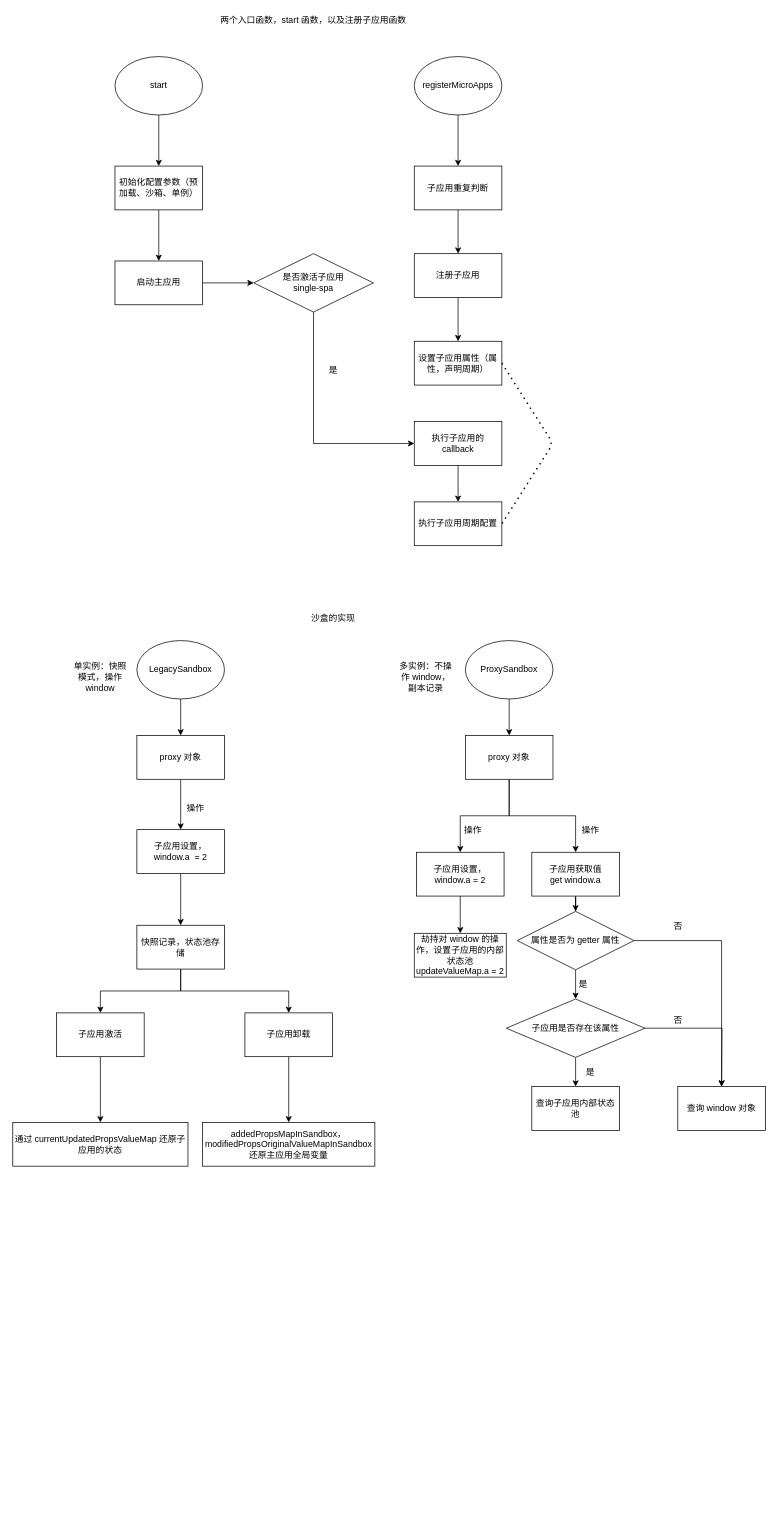
Before: qiankun.drawio in Rabbitzzc/image-hosting-service, a draw.io diagram. Source tidied: cells renumbered, new cells numbered last; positions are measured from the earlier drawing's top-left corner, leaving out a move shared by most shapes. Both pictures are drawn from the tidied source at 73%, with x=0, y=0 at pixel (12, 12).
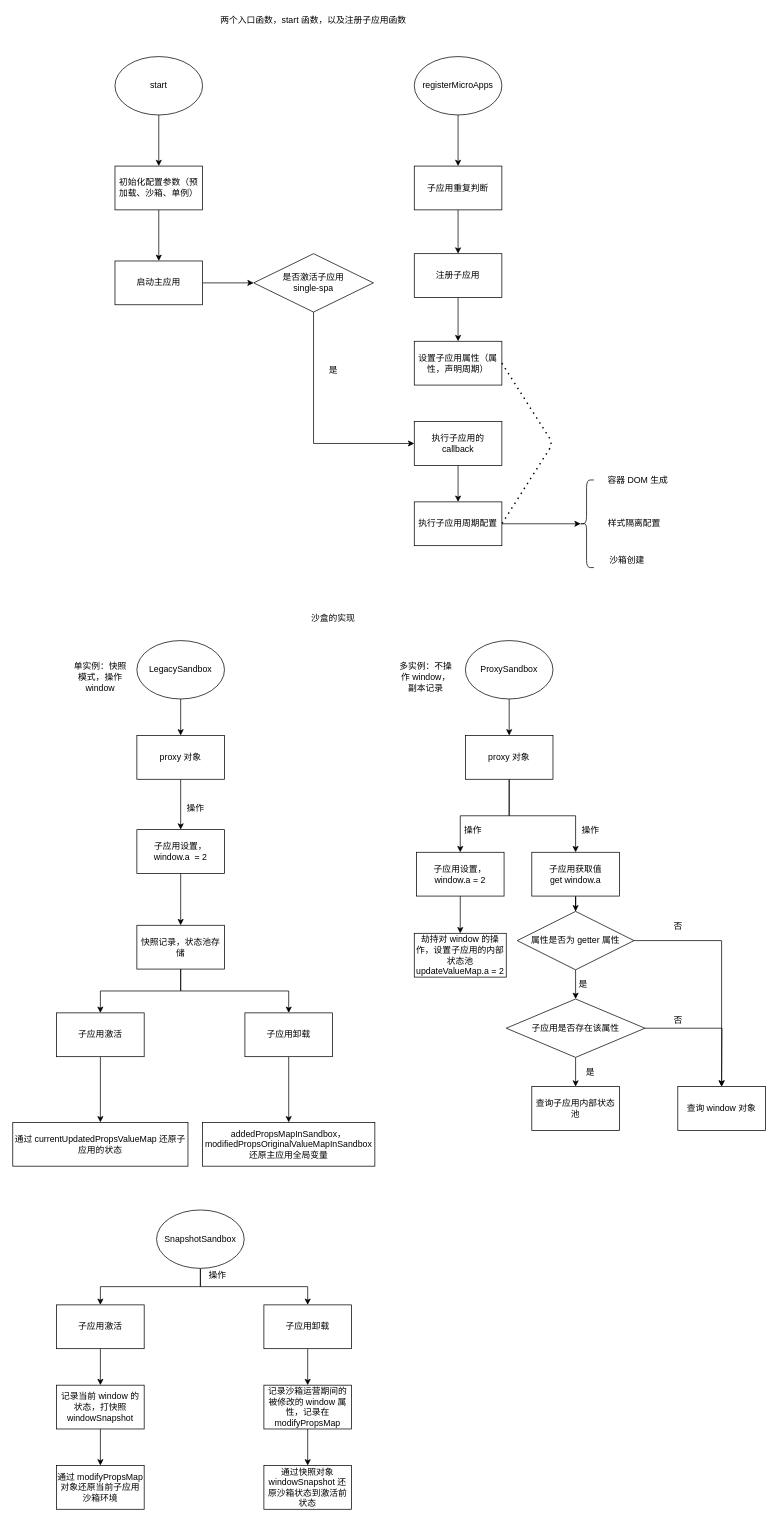
After the change.

The change refers to these unchanged cells:
```xml
<mxCell id="20" value="执行子应用周期配置" style="rounded=0;whiteSpace=wrap;html=1;" parent="1" vertex="1">
  <mxGeometry x="550" y="670" width="120" height="60" as="geometry" />
</mxCell>
```

Change to the diagram source:
```diff
@@
+    <mxCell id="66" style="edgeStyle=orthogonalEdgeStyle;rounded=0;jettySize=auto;html=1;exitX=1;exitY=0.5;exitDx=0;exitDy=0;entryX=0.1;entryY=0.5;entryDx=0;entryDy=0;entryPerimeter=0;" parent="1" edge="1" source="20" target="67">
+      <mxGeometry relative="1" as="geometry" />
+    </mxCell>
@@
+    <mxCell id="67" style="shape=curlyBracket;whiteSpace=wrap;html=1;rounded=1;" parent="1" vertex="1">
+      <mxGeometry x="776" y="640" width="20" height="120" as="geometry" />
+    </mxCell>
+    <mxCell id="68" value="容器 DOM 生成" style="text;html=1;align=center;verticalAlign=middle;" parent="1" vertex="1">
+      <mxGeometry x="806" y="630" width="100" height="20" as="geometry" />
+    </mxCell>
+    <mxCell id="69" value="样式隔离配置" style="text;html=1;align=center;verticalAlign=middle;" parent="1" vertex="1">
+      <mxGeometry x="806" y="690" width="90" height="20" as="geometry" />
+    </mxCell>
+    <mxCell id="70" value="沙箱创建" style="text;html=1;align=center;verticalAlign=middle;" parent="1" vertex="1">
+      <mxGeometry x="811" y="740" width="60" height="20" as="geometry" />
+    </mxCell>
+    <mxCell id="71" style="edgeStyle=orthogonalEdgeStyle;rounded=0;jettySize=auto;html=1;exitX=0.5;exitY=1;exitDx=0;exitDy=0;" parent="1" edge="1" source="73" target="75">
+      <mxGeometry relative="1" as="geometry" />
+    </mxCell>
+    <mxCell id="72" style="edgeStyle=orthogonalEdgeStyle;rounded=0;jettySize=auto;html=1;exitX=0.5;exitY=1;exitDx=0;exitDy=0;entryX=0.5;entryY=0;entryDx=0;entryDy=0;" parent="1" edge="1" source="73" target="80">
+      <mxGeometry relative="1" as="geometry" />
+    </mxCell>
+    <mxCell id="73" value="SnapshotSandbox" style="ellipse;whiteSpace=wrap;html=1;" parent="1" vertex="1">
+      <mxGeometry x="197" y="1640" width="120" height="80" as="geometry" />
+    </mxCell>
+    <mxCell id="74" style="edgeStyle=orthogonalEdgeStyle;rounded=0;jettySize=auto;html=1;exitX=0.5;exitY=1;exitDx=0;exitDy=0;entryX=0.5;entryY=0;entryDx=0;entryDy=0;" parent="1" edge="1" source="75" target="77">
+      <mxGeometry relative="1" as="geometry" />
+    </mxCell>
+    <mxCell id="75" value="子应用激活" style="rounded=0;whiteSpace=wrap;html=1;" parent="1" vertex="1">
+      <mxGeometry x="60" y="1770" width="120" height="60" as="geometry" />
+    </mxCell>
+    <mxCell id="76" style="edgeStyle=orthogonalEdgeStyle;rounded=0;jettySize=auto;html=1;exitX=0.5;exitY=1;exitDx=0;exitDy=0;" parent="1" edge="1" source="77" target="78">
+      <mxGeometry relative="1" as="geometry" />
+    </mxCell>
+    <mxCell id="77" value="记录当前 window 的状态，打快照 windowSnapshot" style="rounded=0;whiteSpace=wrap;html=1;" parent="1" vertex="1">
+      <mxGeometry x="60" y="1880" width="120" height="60" as="geometry" />
+    </mxCell>
+    <mxCell id="78" value="通过 modifyPropsMap 对象还原当前子应用沙箱环境" style="rounded=0;whiteSpace=wrap;html=1;" parent="1" vertex="1">
+      <mxGeometry x="60" y="1990" width="120" height="60" as="geometry" />
+    </mxCell>
+    <mxCell id="79" style="edgeStyle=orthogonalEdgeStyle;rounded=0;jettySize=auto;html=1;exitX=0.5;exitY=1;exitDx=0;exitDy=0;entryX=0.5;entryY=0;entryDx=0;entryDy=0;" parent="1" edge="1" source="80" target="82">
+      <mxGeometry relative="1" as="geometry" />
+    </mxCell>
+    <mxCell id="80" value="子应用卸载" style="rounded=0;whiteSpace=wrap;html=1;" parent="1" vertex="1">
+      <mxGeometry x="344" y="1770" width="120" height="60" as="geometry" />
+    </mxCell>
+    <mxCell id="81" style="edgeStyle=orthogonalEdgeStyle;rounded=0;jettySize=auto;html=1;exitX=0.5;exitY=1;exitDx=0;exitDy=0;" parent="1" edge="1" source="82" target="83">
+      <mxGeometry relative="1" as="geometry" />
+    </mxCell>
+    <mxCell id="82" value="记录沙箱运营期间的被修改的 window 属性，记录在 modifyPropsMap" style="rounded=0;whiteSpace=wrap;html=1;" parent="1" vertex="1">
+      <mxGeometry x="344" y="1880" width="120" height="60" as="geometry" />
+    </mxCell>
+    <mxCell id="83" value="通过快照对象 windowSnapshot 还原沙箱状态到激活前状态" style="rounded=0;whiteSpace=wrap;html=1;" parent="1" vertex="1">
+      <mxGeometry x="344" y="1990" width="120" height="60" as="geometry" />
+    </mxCell>
+    <mxCell id="84" value="操作" style="text;html=1;align=center;verticalAlign=middle;" parent="1" vertex="1">
+      <mxGeometry x="260" y="1720" width="40" height="20" as="geometry" />
+    </mxCell>
```
